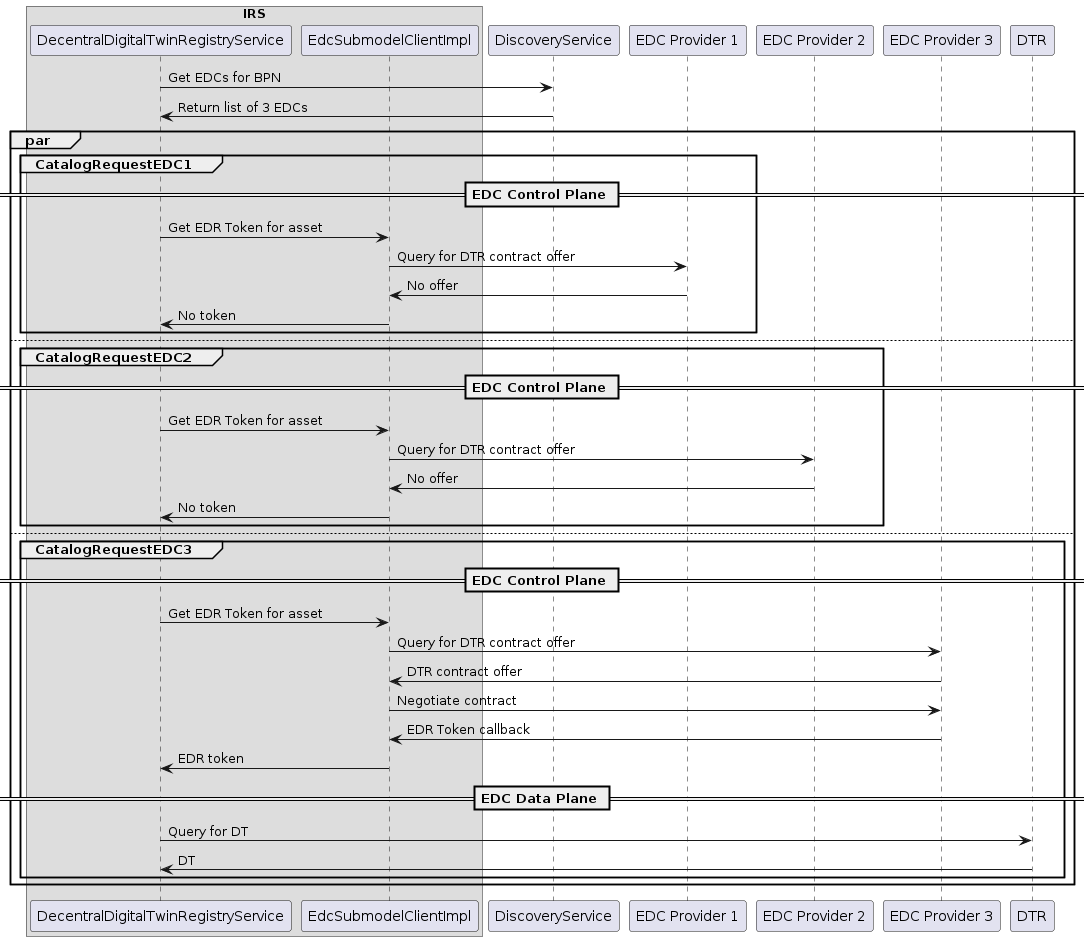
Above: docs/assets/arc42/arc42_040.png in eclipse-tractusx/item-relationship-service (PlantUML), before the change.
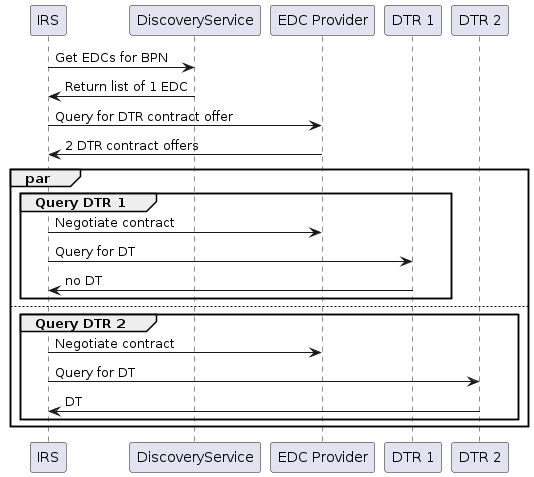
The same file after the commit.

Change to the diagram source:
```diff
@@ -1,59 +1,29 @@
 @startuml
+participant IRS
+participant DiscoveryService
+participant "EDC Provider" as EDCProvider
+participant "DTR 1" as DTR1
+participant "DTR 2" as DTR2
 
-box IRS
-    participant DecentralDigitalTwinRegistryService as DTRS
-    participant EdcSubmodelClientImpl as EdcClient
-end box
+IRS -> DiscoveryService: Get EDCs for BPN
+DiscoveryService -> IRS: Return list of 1 EDC
 
-participant DiscoveryService
-participant "EDC Provider 1" as EDCProvider1
-participant "EDC Provider 2" as EDCProvider2
-participant "EDC Provider 3" as EDCProvider3
-participant DTR
-
-DTRS -> DiscoveryService: Get EDCs for BPN
-DiscoveryService -> DTRS: Return list of 3 EDCs
+IRS -> EDCProvider: Query for DTR contract offer
+EDCProvider -> IRS: 2 DTR contract offers
 
 par
-    group CatalogRequestEDC1
-
-        == EDC Control Plane ==
-
-        DTRS -> EdcClient: Get EDR Token for asset
-        EdcClient -> EDCProvider1: Query for DTR contract offer
-        EDCProvider1 -> EdcClient: No offer
-        EdcClient -> DTRS: No token
+    group Query DTR 1
+        IRS -> EDCProvider: Negotiate contract
+        IRS -> DTR1: Query for DT
+        DTR1 -> IRS: no DT
     end
 
     else
 
-    group CatalogRequestEDC2
-
-        == EDC Control Plane ==
-
-        DTRS -> EdcClient: Get EDR Token for asset
-        EdcClient -> EDCProvider2: Query for DTR contract offer
-        EDCProvider2 -> EdcClient: No offer
-        EdcClient -> DTRS: No token
-    end
-
-    else
-
-    group CatalogRequestEDC3
-
-        == EDC Control Plane ==
-
-        DTRS -> EdcClient: Get EDR Token for asset
-        EdcClient -> EDCProvider3: Query for DTR contract offer
-        EDCProvider3 -> EdcClient: DTR contract offer
-        EdcClient -> EDCProvider3: Negotiate contract
-        EDCProvider3 -> EdcClient: EDR Token callback
-        EdcClient -> DTRS: EDR token
-
-        == EDC Data Plane ==
-
-        DTRS -> DTR: Query for DT
-        DTR -> DTRS: DT
+    group Query DTR 2
+        IRS -> EDCProvider: Negotiate contract
+        IRS -> DTR2: Query for DT
+        DTR2 -> IRS: DT
     end
 end
 @enduml
```
